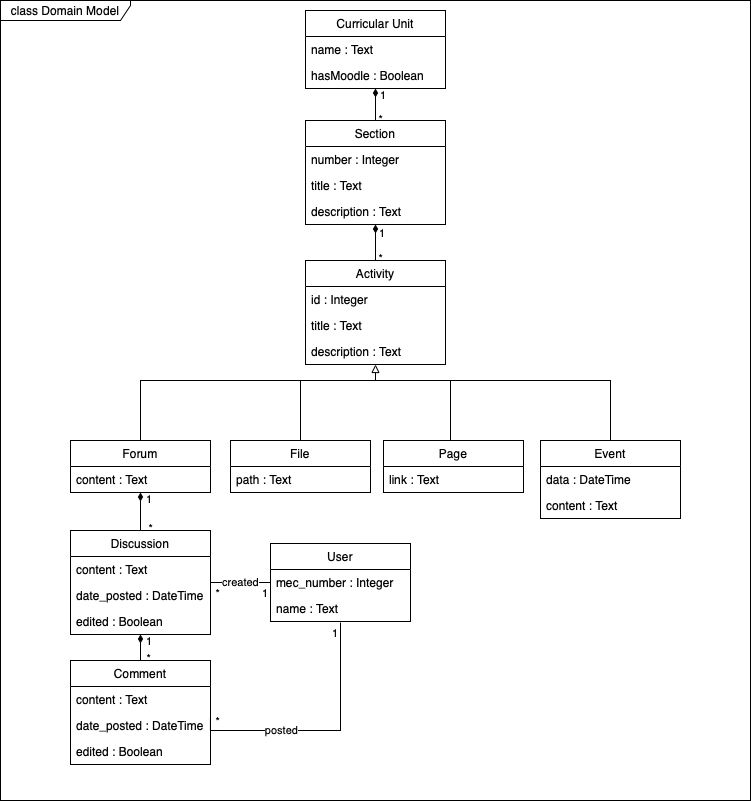
The draw.io diagram docs/Diagrams/Domain_model.drawio.png in LEIC-ES-2021-22/3LEIC05T1, before a commit. Source tidied: cells renumbered, new cells last; positions are measured from the earlier drawing's top-left corner, leaving out a move shared by most shapes.
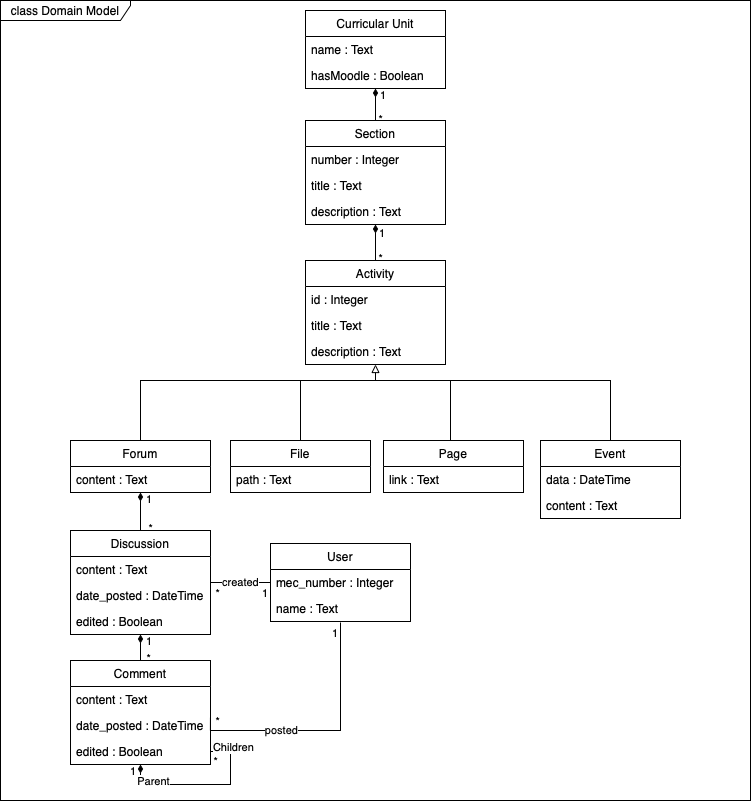
Above is the later version.

Commit message:
domain model reviewed

What changed in the source:
```diff
@@ -43,6 +43,19 @@
     <mxCell id="14" value="edited : Boolean" style="text;strokeColor=none;fillColor=none;align=left;verticalAlign=top;spacingLeft=4;spacingRight=4;overflow=hidden;points=[[0,0.5],[1,0.5]];portConstraint=eastwest;" parent="11" vertex="1">
       <mxGeometry y="78" width="140" height="26" as="geometry" />
     </mxCell>
+    <mxCell id="56" style="edgeStyle=orthogonalEdgeStyle;rounded=0;jettySize=auto;html=1;endArrow=none;endFill=0;startArrow=diamondThin;startFill=1;" parent="11" edge="1" source="11" target="14">
+      <mxGeometry relative="1" as="geometry" />
+    </mxCell>
+    <mxCell id="57" value="Parent" style="edgeLabel;html=1;align=center;verticalAlign=middle;" parent="56" vertex="1">
+      <mxGeometry x="-0.95" relative="1" as="geometry">
+        <mxPoint x="12" y="12" as="offset" />
+      </mxGeometry>
+    </mxCell>
+    <mxCell id="58" value="Children" style="edgeLabel;html=1;align=center;verticalAlign=middle;" parent="56" vertex="1">
+      <mxGeometry x="0.94" y="-3" relative="1" as="geometry">
+        <mxPoint x="17" y="-2" as="offset" />
+      </mxGeometry>
+    </mxCell>
     <mxCell id="15" style="edgeStyle=none;rounded=0;jettySize=auto;html=1;startArrow=diamondThin;startFill=1;endArrow=none;endFill=0;" parent="1" edge="1" source="16" target="38">
       <mxGeometry relative="1" as="geometry" />
     </mxCell>
@@ -204,5 +217,15 @@
     <mxCell id="55" value="link : Text" style="text;strokeColor=none;fillColor=none;align=left;verticalAlign=top;spacingLeft=4;spacingRight=4;overflow=hidden;" parent="54" vertex="1">
       <mxGeometry y="26" width="140" height="26" as="geometry" />
     </mxCell>
+    <mxCell id="59" value="1" style="edgeLabel;html=1;align=left;verticalAlign=top;shadow=1;" parent="1" vertex="1">
+      <mxGeometry x="130" y="764" as="geometry">
+        <mxPoint x="-2" y="-6" as="offset" />
+      </mxGeometry>
+    </mxCell>
+    <mxCell id="60" value="*" style="edgeLabel;html=1;align=right;verticalAlign=top;shadow=1;rotation=0;" parent="1" vertex="1">
+      <mxGeometry x="231" y="579" as="geometry">
+        <mxPoint x="-13" y="169" as="offset" />
+      </mxGeometry>
+    </mxCell>
   </root>
 </mxGraphModel>
```
